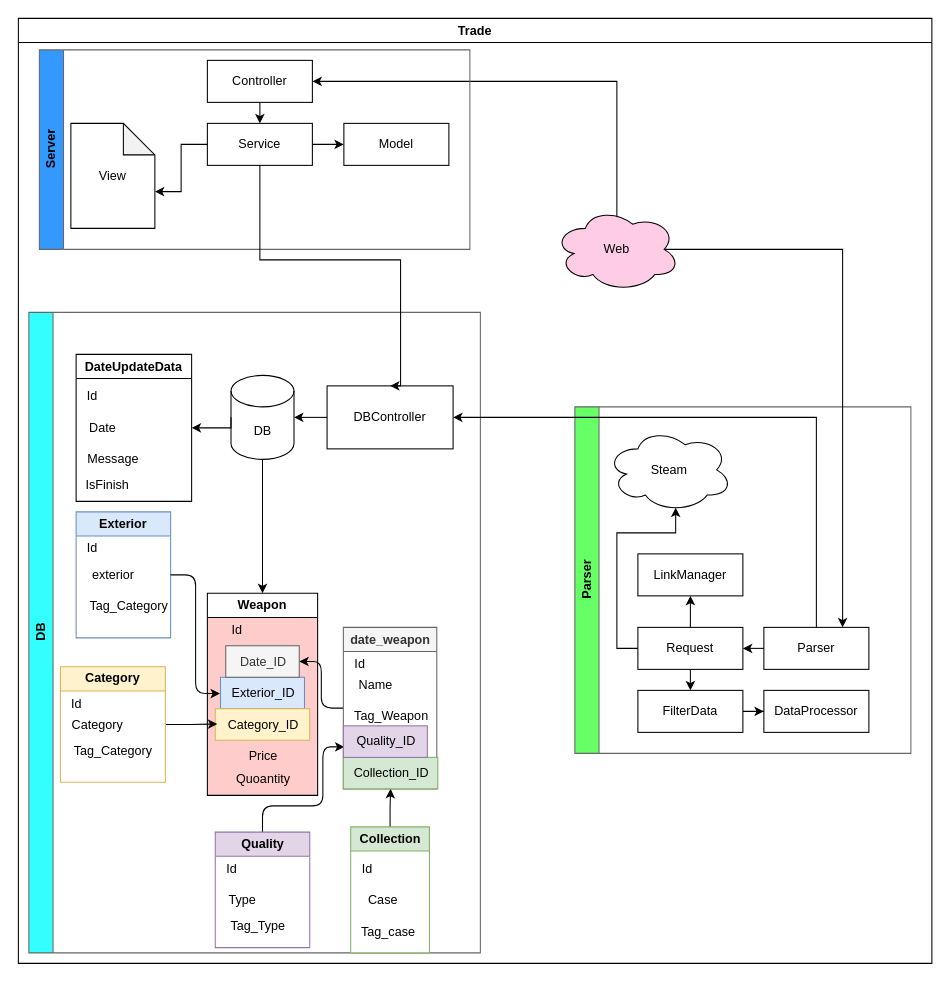
Before: src/main/resources/Diogram.drawio in Bratello-0/SelectionOfTrades, a draw.io diagram. Source tidied: cells renumbered, new cells numbered last; positions are measured from the earlier drawing's top-left corner, leaving out a move shared by most shapes. Both pictures are drawn from the tidied source at 105%, with x=0, y=0 at pixel (18, 18).
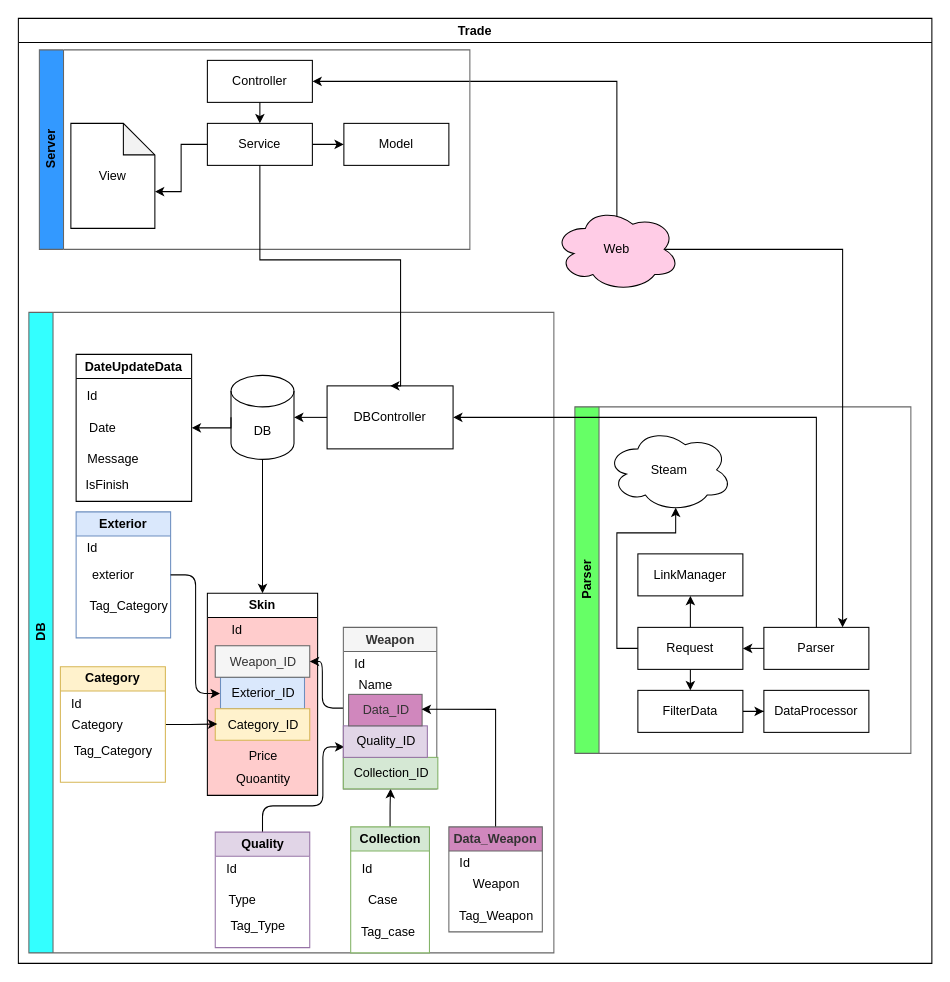
The same page after the edit.

The change refers to these unchanged cells:
```xml
<mxCell id="2" value="Trade&lt;br&gt;" style="swimlane;whiteSpace=wrap;html=1;swimlaneFillColor=none;fillColor=none;shadow=0;rounded=0;glass=0;" parent="1" vertex="1">
  <mxGeometry width="870" height="900" as="geometry" />
</mxCell>
```

Change to the diagram source:
```diff
@@
     <mxCell id="3" value="DB&lt;br&gt;" style="swimlane;horizontal=0;whiteSpace=wrap;html=1;strokeColor=#666666;fillColor=#33FFFF;" parent="2" vertex="1">
-      <mxGeometry x="10" y="280" width="430" height="610" as="geometry" />
+      <mxGeometry x="10" y="280" width="500" height="610" as="geometry" />
     </mxCell>
@@
-    <mxCell id="15" value="Weapon" style="swimlane;whiteSpace=wrap;html=1;swimlaneFillColor=#FFCCCC;" parent="3" vertex="1">
+    <mxCell id="15" value="Skin" style="swimlane;whiteSpace=wrap;html=1;swimlaneFillColor=#FFCCCC;" parent="3" vertex="1">
       <mxGeometry x="170" y="267.5" width="105" height="192.5" as="geometry" />
     </mxCell>
@@
-    <mxCell id="19" value="Date_ID" style="text;html=1;align=center;verticalAlign=middle;points=[];strokeColor=#666666;fillColor=#f5f5f5;fontColor=#333333;" parent="15" vertex="1">
-      <mxGeometry x="17.5" y="50" width="70" height="30" as="geometry" />
+    <mxCell id="19" value="Weapon_ID" style="text;html=1;align=center;verticalAlign=middle;points=[];strokeColor=#666666;fillColor=#f5f5f5;fontColor=#333333;" parent="15" vertex="1">
+      <mxGeometry x="7.5" y="50" width="90" height="30" as="geometry" />
     </mxCell>
@@
-    <mxCell id="41" value="date_weapon" style="swimlane;whiteSpace=wrap;html=1;fillColor=#f5f5f5;strokeColor=#666666;swimlaneFillColor=default;fontColor=#333333;" parent="3" vertex="1">
+    <mxCell id="41" value="Weapon&lt;br&gt;" style="swimlane;whiteSpace=wrap;html=1;swimlaneFillColor=default;fillColor=#f5f5f5;fontColor=#333333;strokeColor=#666666;" parent="3" vertex="1">
       <mxGeometry x="299.5" y="300" width="89" height="153.8" as="geometry" />
     </mxCell>
@@
-    <mxCell id="44" value="Tag_Weapon&lt;br&gt;" style="text;html=1;align=center;verticalAlign=middle;strokeColor=none;fillColor=none;" parent="41" vertex="1">
-      <mxGeometry y="70" width="90" height="30" as="geometry" />
-    </mxCell>
@@
+    <mxCell id="73" value="Data_ID" style="text;html=1;align=center;verticalAlign=middle;points=[];fillColor=#D087BD;fontColor=#333333;strokeColor=#666666;" parent="41" vertex="1">
+      <mxGeometry x="5" y="63.8" width="70" height="30" as="geometry" />
+    </mxCell>
@@
+    <mxCell id="74" style="edgeStyle=orthogonalEdgeStyle;rounded=0;jettySize=auto;html=1;exitX=0.5;exitY=0;exitDx=0;exitDy=0;entryX=0.993;entryY=0.475;entryDx=0;entryDy=0;entryPerimeter=0;" parent="3" edge="1" source="75" target="73">
+      <mxGeometry relative="1" as="geometry" />
+    </mxCell>
+    <mxCell id="75" value="Data_Weapon" style="swimlane;whiteSpace=wrap;html=1;fillColor=#D087BD;strokeColor=#666666;swimlaneFillColor=default;fontColor=#333333;" parent="3" vertex="1">
+      <mxGeometry x="400" y="490" width="89" height="100" as="geometry" />
+    </mxCell>
+    <mxCell id="76" value="Id&lt;br&gt;" style="text;html=1;align=center;verticalAlign=middle;strokeColor=none;fillColor=none;" parent="75" vertex="1">
+      <mxGeometry y="20" width="30" height="30" as="geometry" />
+    </mxCell>
+    <mxCell id="77" value="Weapon" style="text;html=1;align=center;verticalAlign=middle;strokeColor=none;fillColor=none;" parent="75" vertex="1">
+      <mxGeometry x="9.5" y="40" width="70" height="30" as="geometry" />
+    </mxCell>
+    <mxCell id="44" value="Tag_Weapon&lt;br&gt;" style="text;html=1;align=center;verticalAlign=middle;strokeColor=none;fillColor=none;" parent="75" vertex="1">
+      <mxGeometry y="70" width="90" height="30" as="geometry" />
+    </mxCell>
```
